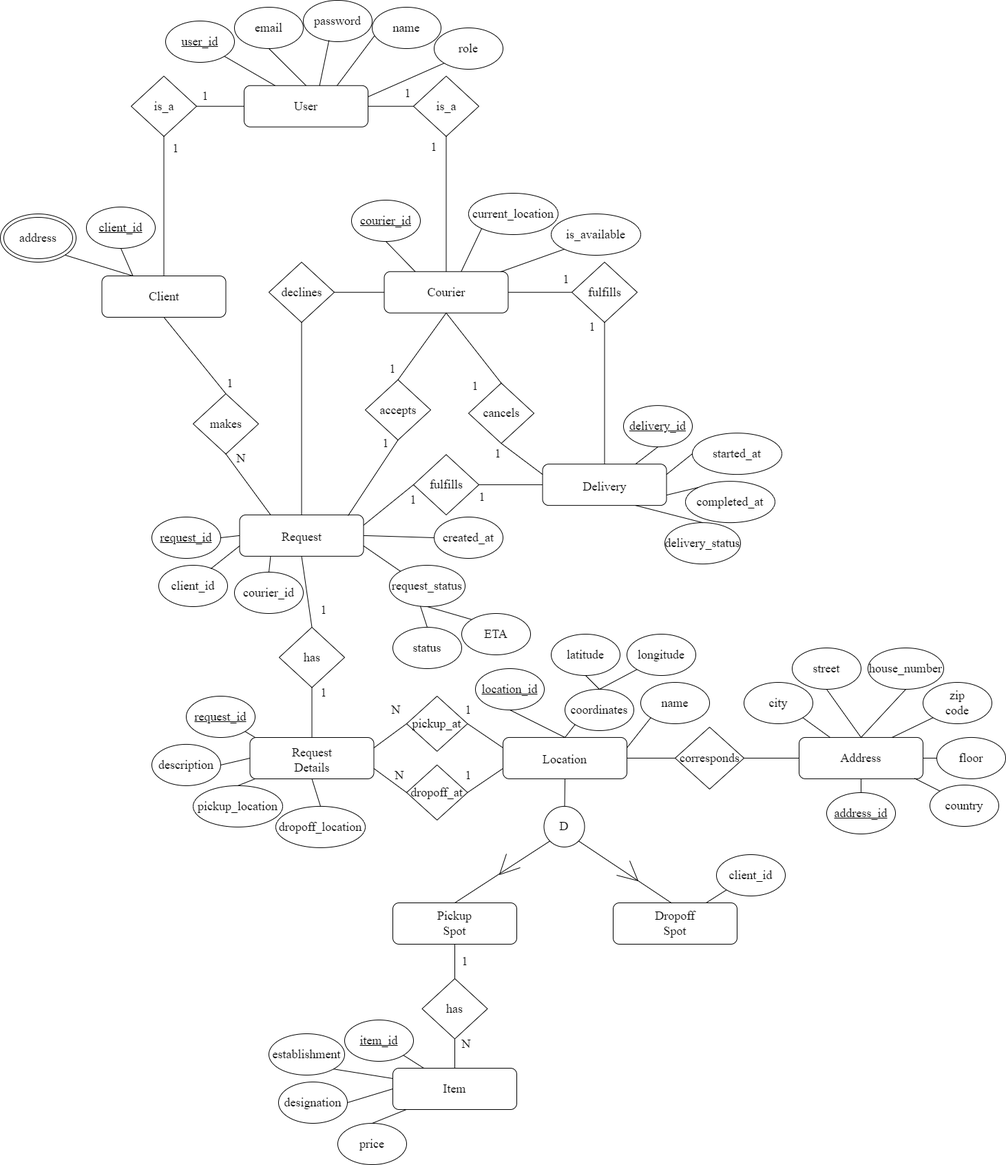
Earlier version of the draw.io export docs/Relatorio/Latex/images/LiftDropEA.png (JohnnyR2003/LiftDrop). Source tidied: cells renumbered, new cells last; positions are measured from the earlier drawing's top-left corner, leaving out a move shared by most shapes.
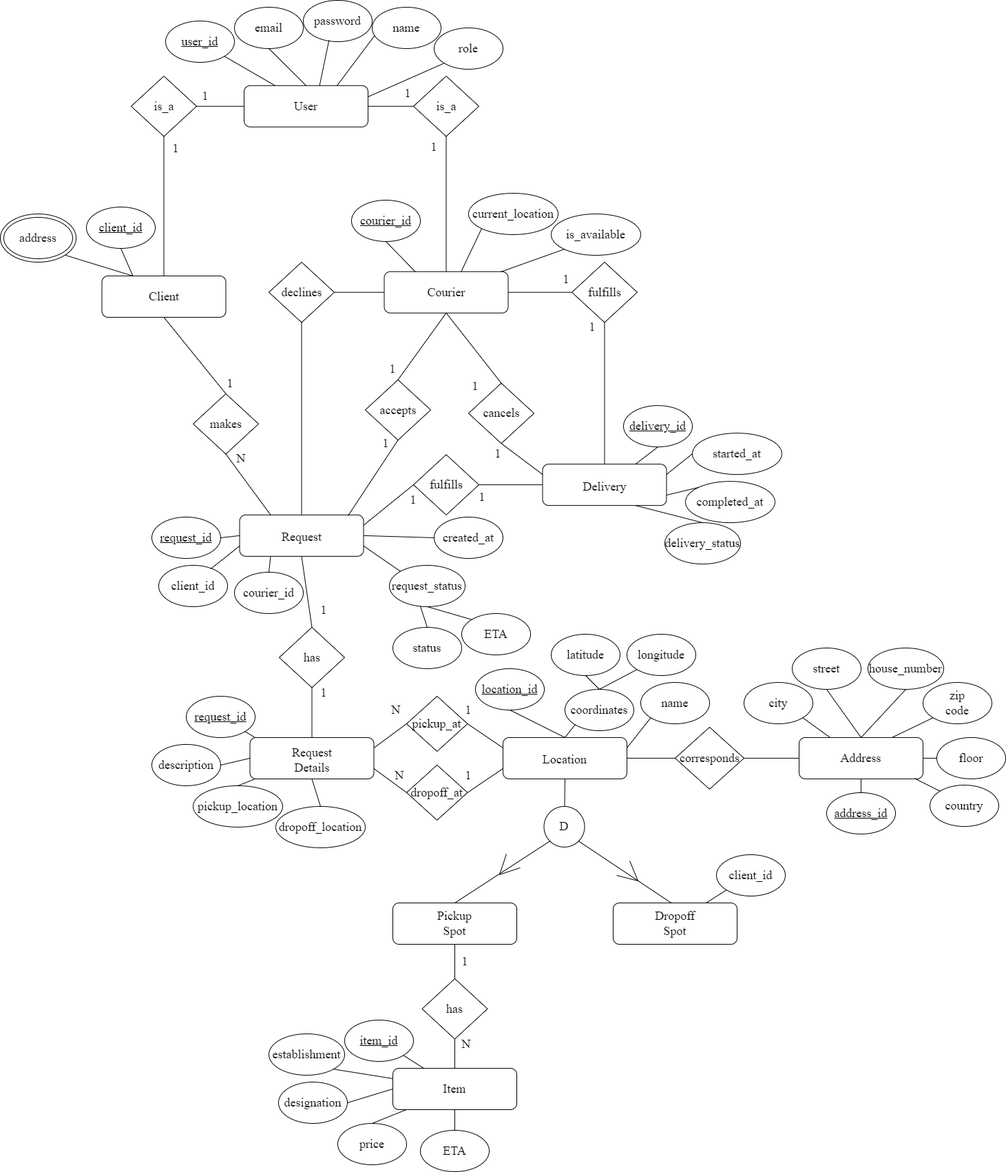
After the change.

What changed in the source:
```diff
@@ -911,5 +911,17 @@
     <mxCell id="298" style="endArrow=none;html=1;rounded=0;exitX=0.25;exitY=0;exitDx=0;exitDy=0;entryX=0.5;entryY=1;entryDx=0;entryDy=0;" parent="1" edge="1" source="6" target="296">
       <mxGeometry relative="1" as="geometry" />
     </mxCell>
+    <mxCell id="299" style="group;" parent="1" vertex="1">
+      <mxGeometry x="610" y="1640" width="100" height="60" as="geometry" />
+    </mxCell>
+    <mxCell id="300" style="ellipse;whiteSpace=wrap;html=1;fontFamily=Times New Roman;fontSize=18;" parent="299" vertex="1">
+      <mxGeometry width="100" height="60" as="geometry" />
+    </mxCell>
+    <mxCell id="301" value="ETA" style="text;html=1;strokeColor=none;fillColor=none;align=center;verticalAlign=middle;whiteSpace=wrap;rounded=0;fontFamily=Times New Roman;fontSize=18;" parent="299" vertex="1">
+      <mxGeometry x="20" y="15" width="60" height="30" as="geometry" />
+    </mxCell>
+    <mxCell id="302" style="endArrow=none;html=1;rounded=0;exitX=0.5;exitY=0;exitDx=0;exitDy=0;entryX=0.5;entryY=1;entryDx=0;entryDy=0;" parent="1" edge="1" source="300" target="190">
+      <mxGeometry relative="1" as="geometry" />
+    </mxCell>
   </root>
 </mxGraphModel>
```
